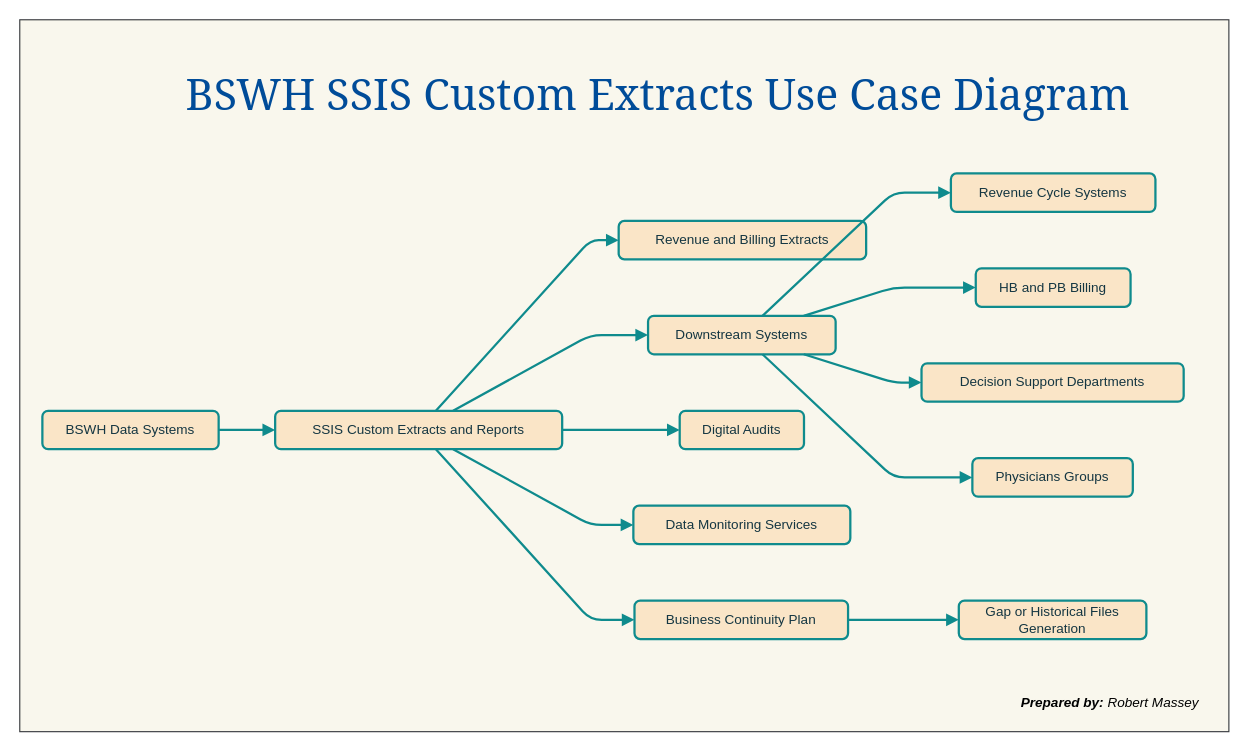
MasseyConsultants/Robert-Massey-Bytewise-consultants-LLC keeps this draw.io diagram as page "SSIS Custom Extracts Use Case Diagram" (1 of 4) of Copy of BSWH SSIS Operational Run Diagrams.drawio. Above is the earlier version. Source tidied: cells renumbered, new cells numbered last; positions are measured from the earlier drawing's top-left corner, leaving out a move shared by most shapes. Both pictures are drawn from the tidied source at 113%, with x=0, y=0 at pixel (19, 19).
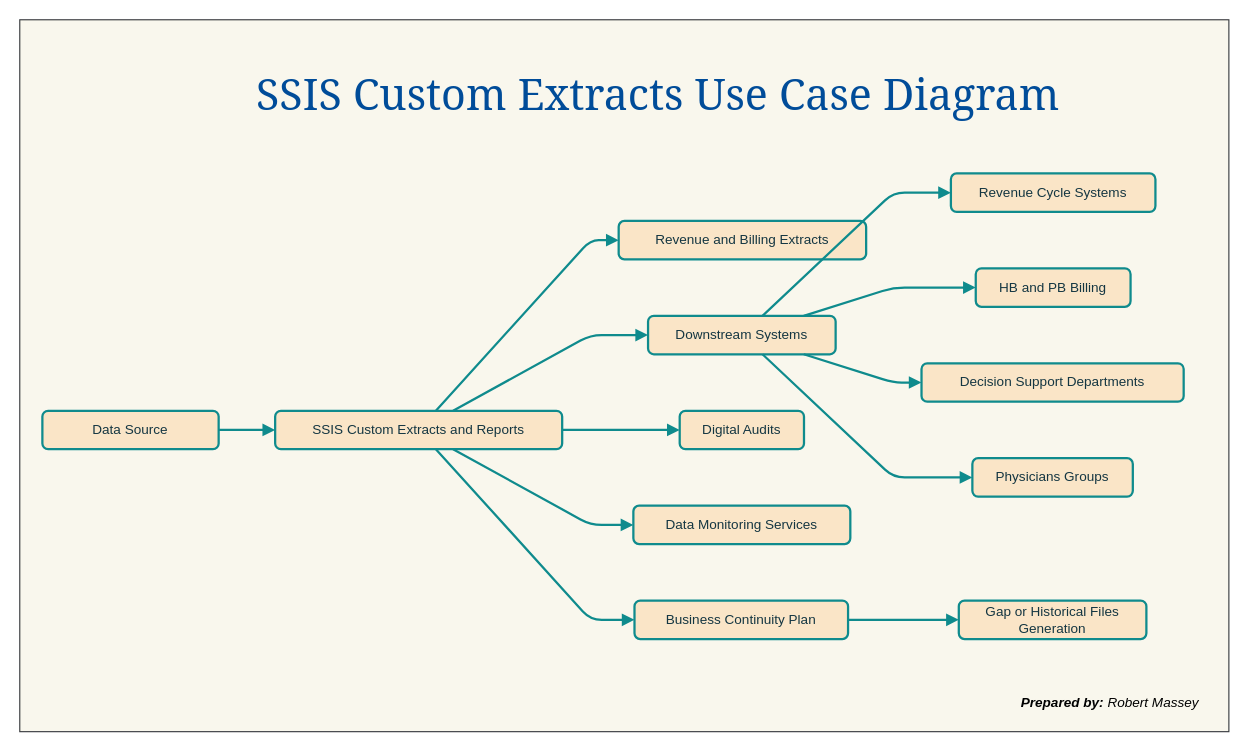
Above is the later version.

Commit message (it also covers changes not shown here):
Update SSIS Operational Run Diagrams.drawio

The edit, as a diff of the source:
```diff
@@
-    <mxCell id="3" value="BSWH Data Systems" style="whiteSpace=wrap;strokeWidth=2;rounded=1;strokeColor=#0F8B8D;align=center;verticalAlign=middle;fontFamily=Helvetica;fontSize=12;fontColor=#143642;labelBackgroundColor=none;fillColor=#FAE5C7;" parent="1" vertex="1">
+    <mxCell id="3" value="Data Source" style="whiteSpace=wrap;strokeWidth=2;rounded=1;strokeColor=#0F8B8D;align=center;verticalAlign=middle;fontFamily=Helvetica;fontSize=12;fontColor=#143642;labelBackgroundColor=none;fillColor=#FAE5C7;" parent="1" vertex="1">
       <mxGeometry x="20" y="346" width="156" height="34" as="geometry" />
     </mxCell>
@@
-    <mxCell id="26" value="BSWH SSIS Custom Extracts Use Case Diagram" style="text;html=1;align=center;verticalAlign=middle;whiteSpace=wrap;rounded=0;fontFamily=Georgia;fontSize=38;fontColor=#004C99;labelBackgroundColor=none;" parent="1" vertex="1">
+    <mxCell id="26" value="SSIS Custom Extracts Use Case Diagram" style="text;html=1;align=center;verticalAlign=middle;whiteSpace=wrap;rounded=0;fontFamily=Georgia;fontSize=38;fontColor=#004C99;labelBackgroundColor=none;" parent="1" vertex="1">
       <mxGeometry x="145" y="50" width="840" height="30" as="geometry" />
     </mxCell>
```
